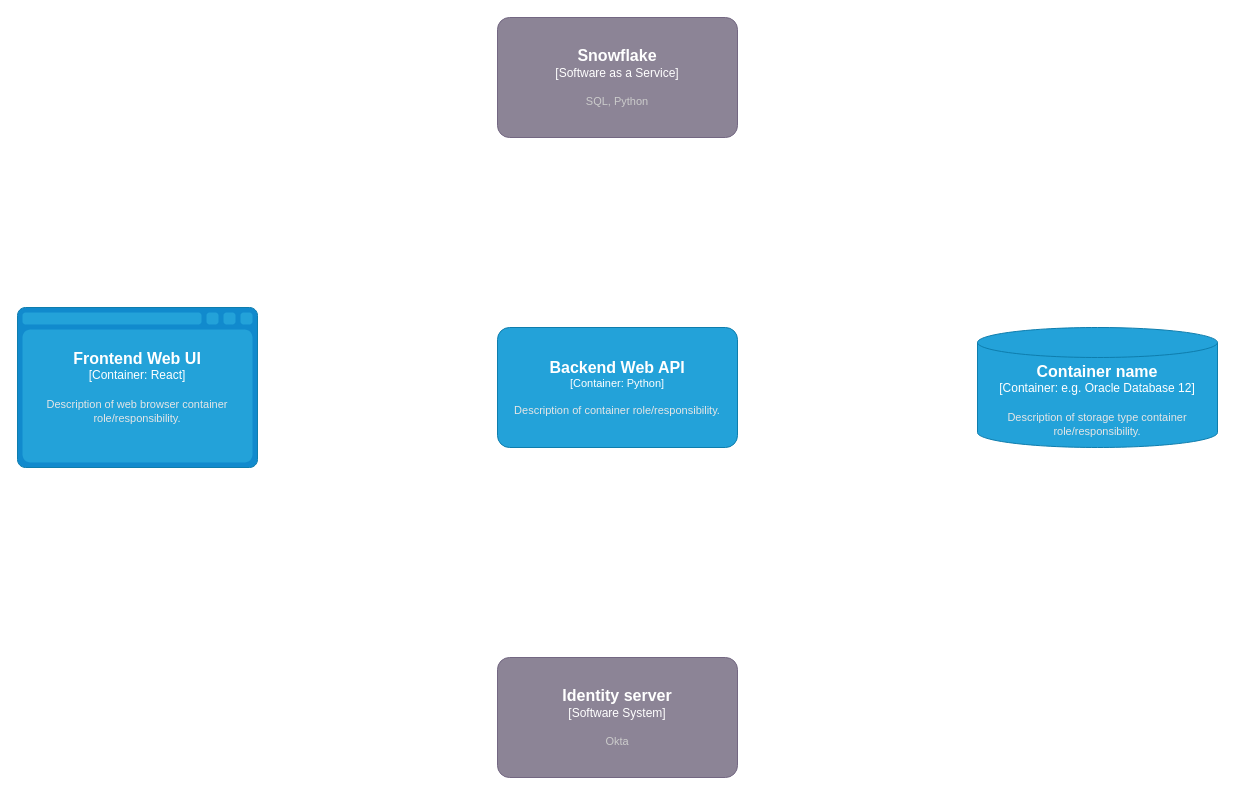
Before: page "CDS UC-10 Containers" (2 of 5) of Untitled Diagram.drawio in namesecured-a/aws, a draw.io diagram. Source tidied: cells renumbered, new cells numbered last; positions are measured from the earlier drawing's top-left corner, leaving out a move shared by most shapes. Both pictures are drawn from the tidied source at 100%, with x=0, y=0 at pixel (17, 17).
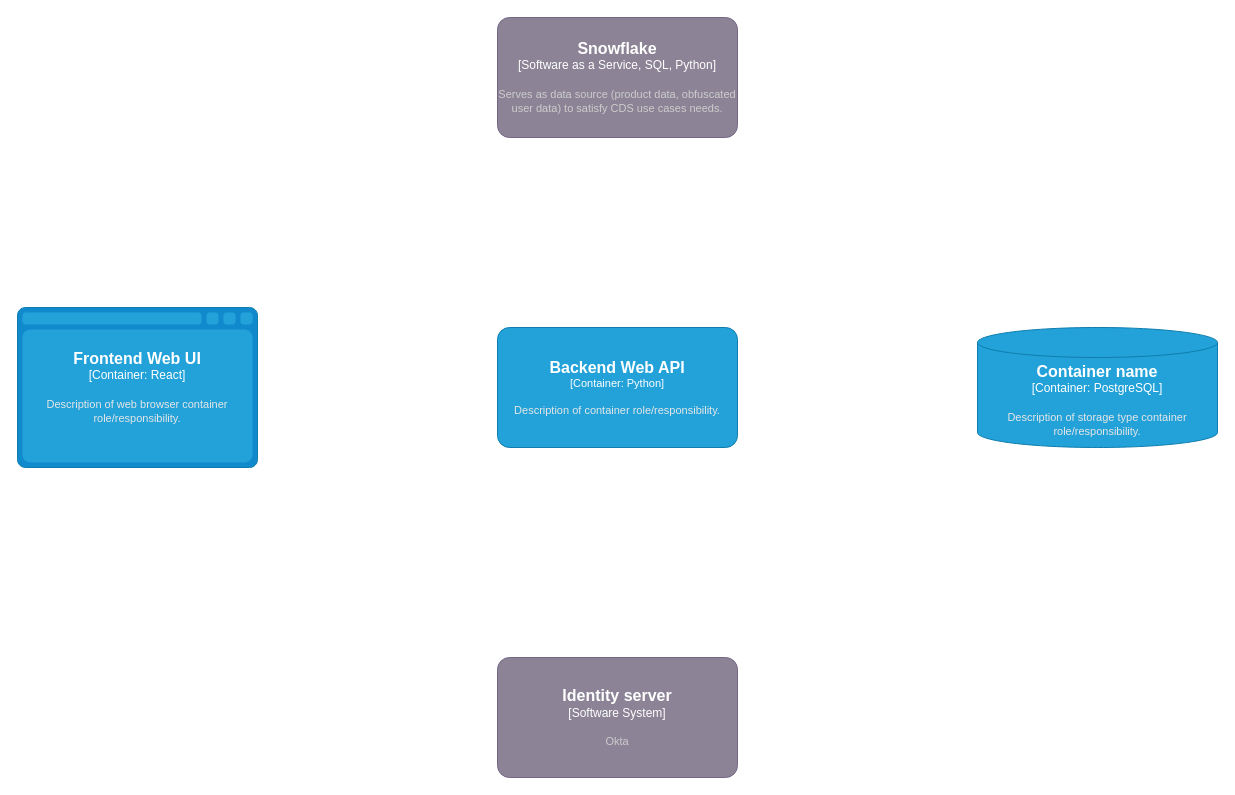
The same page after the edit.

Change to the diagram source:
```diff
@@
 <mxGraphModel>
   <root>
     <mxCell id="0" />
     <mxCell id="1" parent="0" />
     <object id="2" label="&lt;font style=&quot;font-size: 16px&quot;&gt;&lt;b&gt;%c4Name%&lt;/b&gt;&lt;/font&gt;&lt;div&gt;[%c4Type%: %c4Technology%]&lt;/div&gt;&lt;br&gt;&lt;div&gt;&lt;font style=&quot;font-size: 11px&quot;&gt;&lt;font color=&quot;#E6E6E6&quot;&gt;%c4Description%&lt;/font&gt;&lt;/div&gt;" c4Description="Description of container role/responsibility." c4Name="Backend Web API" c4Technology="Python" c4Type="Container" placeholders="1">
       <mxCell style="rounded=1;whiteSpace=wrap;html=1;fontSize=11;labelBackgroundColor=none;fillColor=#23A2D9;fontColor=#ffffff;align=center;arcSize=10;strokeColor=#0E7DAD;" parent="1" vertex="1">
         <mxGeometry x="480" y="310" width="240" height="120" as="geometry" />
       </mxCell>
     </object>
     <object id="3" label="&lt;font style=&quot;font-size: 16px&quot;&gt;&lt;b&gt;%c4Name%&lt;/b&gt;&lt;/font&gt;&lt;div&gt;[%c4Type%:&amp;nbsp;%c4Technology%]&lt;/div&gt;&lt;br&gt;&lt;div&gt;&lt;font style=&quot;font-size: 11px&quot;&gt;&lt;font color=&quot;#E6E6E6&quot;&gt;%c4Description%&lt;/font&gt;&lt;/div&gt;" c4Description="Description of web browser container role/responsibility." c4Name="Frontend Web UI" c4Technology="React" c4Type="Container" placeholders="1">
       <mxCell style="shape=mxgraph.c4.webBrowserContainer2;whiteSpace=wrap;html=1;boundedLbl=1;rounded=0;labelBackgroundColor=none;strokeColor=#118ACD;fillColor=#23A2D9;strokeColor=#118ACD;strokeColor2=#0E7DAD;fontSize=12;fontColor=#ffffff;align=center;" parent="1" vertex="1">
         <mxGeometry y="290" width="240" height="160" as="geometry" />
       </mxCell>
     </object>
-    <object id="4" label="&lt;font style=&quot;font-size: 16px&quot;&gt;&lt;b&gt;%c4Name%&lt;/b&gt;&lt;/font&gt;&lt;div&gt;[%c4Type%:&amp;nbsp;%c4Technology%]&lt;/div&gt;&lt;br&gt;&lt;div&gt;&lt;font style=&quot;font-size: 11px&quot;&gt;&lt;font color=&quot;#E6E6E6&quot;&gt;%c4Description%&lt;/font&gt;&lt;/div&gt;" c4Description="Description of storage type container role/responsibility." c4Name="Container name" c4Technology="e.g. Oracle Database 12" c4Type="Container" placeholders="1">
+    <object id="4" label="&lt;font style=&quot;font-size: 16px&quot;&gt;&lt;b&gt;%c4Name%&lt;/b&gt;&lt;/font&gt;&lt;div&gt;[%c4Type%:&amp;nbsp;%c4Technology%]&lt;/div&gt;&lt;br&gt;&lt;div&gt;&lt;font style=&quot;font-size: 11px&quot;&gt;&lt;font color=&quot;#E6E6E6&quot;&gt;%c4Description%&lt;/font&gt;&lt;/div&gt;" c4Description="Description of storage type container role/responsibility." c4Name="Container name" c4Technology="PostgreSQL" c4Type="Container" placeholders="1">
       <mxCell style="shape=cylinder3;size=15;whiteSpace=wrap;html=1;boundedLbl=1;rounded=0;labelBackgroundColor=none;fillColor=#23A2D9;fontSize=12;fontColor=#ffffff;align=center;strokeColor=#0E7DAD;" parent="1" vertex="1">
         <mxGeometry x="960" y="310" width="240" height="120" as="geometry" />
       </mxCell>
     </object>
-    <object id="5" label="&lt;font style=&quot;font-size: 16px&quot;&gt;&lt;b&gt;%c4Name%&lt;/b&gt;&lt;/font&gt;&lt;div&gt;[%c4Type%]&lt;/div&gt;&lt;br&gt;&lt;div&gt;&lt;font style=&quot;font-size: 11px&quot;&gt;&lt;font color=&quot;#cccccc&quot;&gt;%c4Description%&lt;/font&gt;&lt;/div&gt;" c4Description="SQL, Python" c4Name="Snowflake" c4Type="Software as a Service" placeholders="1">
+    <object id="5" label="&lt;font style=&quot;font-size: 16px&quot;&gt;&lt;b&gt;%c4Name%&lt;/b&gt;&lt;/font&gt;&lt;div&gt;[%c4Type%]&lt;/div&gt;&lt;br&gt;&lt;div&gt;&lt;font style=&quot;font-size: 11px&quot;&gt;&lt;font color=&quot;#cccccc&quot;&gt;%c4Description%&lt;/font&gt;&lt;/div&gt;" c4Description="Serves as data source (product data, obfuscated user data) to satisfy CDS use cases needs." c4Name="Snowflake" c4Type="Software as a Service, SQL, Python" placeholders="1">
       <mxCell style="rounded=1;whiteSpace=wrap;html=1;labelBackgroundColor=none;fillColor=#8C8496;fontColor=#ffffff;align=center;arcSize=10;strokeColor=#736782;" parent="1" vertex="1">
         <mxGeometry x="480" width="240" height="120" as="geometry" />
       </mxCell>
     </object>
     <object id="6" label="&lt;font style=&quot;font-size: 16px&quot;&gt;&lt;b&gt;%c4Name%&lt;/b&gt;&lt;/font&gt;&lt;div&gt;[%c4Type%]&lt;/div&gt;&lt;br&gt;&lt;div&gt;&lt;font style=&quot;font-size: 11px&quot;&gt;&lt;font color=&quot;#cccccc&quot;&gt;%c4Description%&lt;/font&gt;&lt;/div&gt;" c4Description="Okta" c4Name="Identity server" c4Type="Software System" placeholders="1">
       <mxCell style="rounded=1;whiteSpace=wrap;html=1;labelBackgroundColor=none;fillColor=#8C8496;fontColor=#ffffff;align=center;arcSize=10;strokeColor=#736782;" parent="1" vertex="1">
         <mxGeometry x="480" y="640" width="240" height="120" as="geometry" />
       </mxCell>
     </object>
   </root>
 </mxGraphModel>
```
